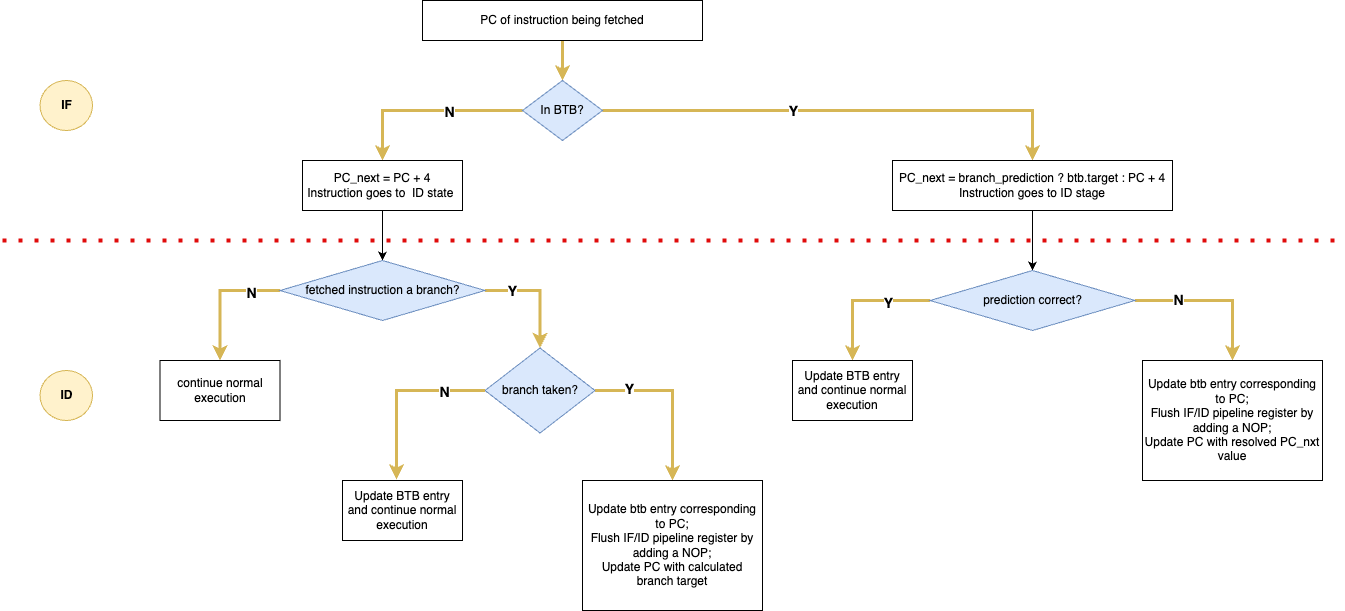
Before: btb_flow.png, a diagram exported from draw.io (vb-2002/RISC-V-Pipeline-Processor). Source tidied: cells renumbered, new cells last; positions are measured from the earlier drawing's top-left corner, leaving out a move shared by most shapes.
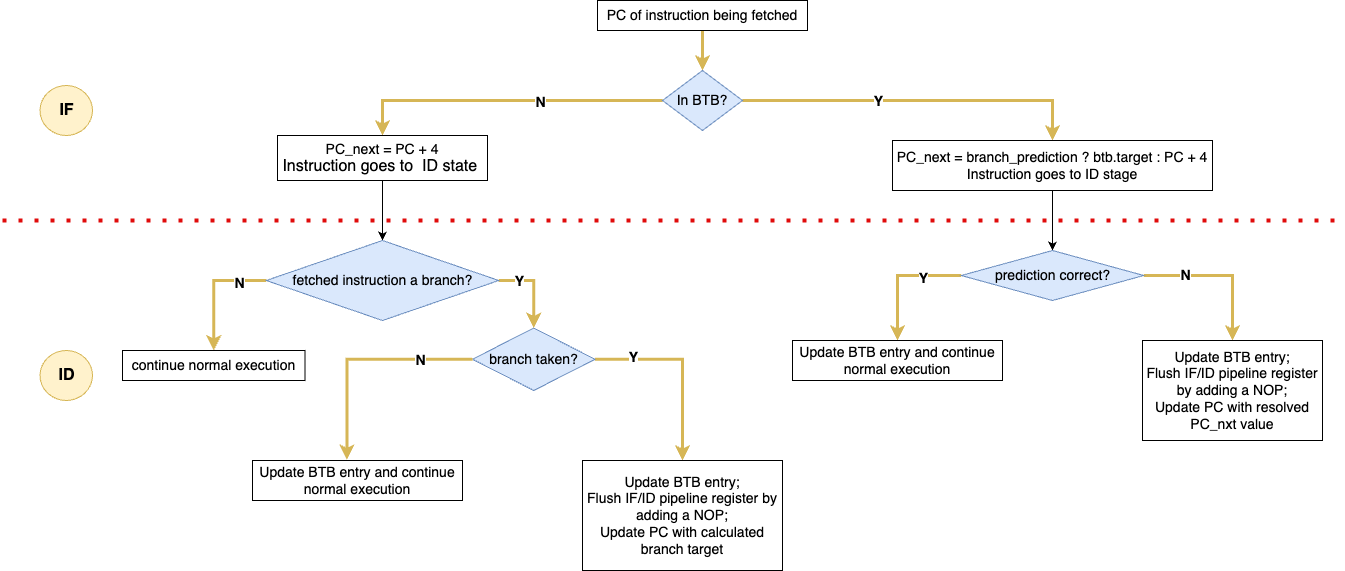
The same diagram one commit later.

Change to the diagram source:
```diff
@@ -5,8 +5,8 @@
     <mxCell id="2" style="edgeStyle=orthogonalEdgeStyle;rounded=0;jettySize=auto;html=1;entryX=0.5;entryY=0;entryDx=0;entryDy=0;fillColor=#fff2cc;strokeColor=#d6b656;strokeWidth=3;" parent="1" edge="1" source="3" target="8">
       <mxGeometry relative="1" as="geometry" />
     </mxCell>
-    <mxCell id="3" value="PC of instruction being fetched" style="rounded=0;whiteSpace=wrap;html=1;" parent="1" vertex="1">
-      <mxGeometry x="420" width="280" height="40" as="geometry" />
+    <mxCell id="3" value="&lt;font style=&quot;font-size: 14px;&quot;&gt;PC of instruction being fetched&lt;/font&gt;" style="rounded=0;whiteSpace=wrap;html=1;" parent="1" vertex="1">
+      <mxGeometry x="595" y="20" width="210" height="30" as="geometry" />
     </mxCell>
     <mxCell id="4" style="edgeStyle=orthogonalEdgeStyle;rounded=0;jettySize=auto;html=1;exitX=0;exitY=0.5;exitDx=0;exitDy=0;entryX=0.5;entryY=0;entryDx=0;entryDy=0;fillColor=#fff2cc;strokeColor=#d6b656;strokeWidth=3;" parent="1" edge="1" source="8" target="10">
       <mxGeometry relative="1" as="geometry" />
@@ -22,20 +22,20 @@
         <mxPoint x="-7" y="2" as="offset" />
       </mxGeometry>
     </mxCell>
-    <mxCell id="8" value="In BTB?" style="rhombus;whiteSpace=wrap;html=1;fillColor=#dae8fc;strokeColor=#6c8ebf;" parent="1" vertex="1">
-      <mxGeometry x="520" y="80" width="80" height="60" as="geometry" />
+    <mxCell id="8" value="&lt;font style=&quot;font-size: 14px;&quot;&gt;In BTB?&lt;/font&gt;" style="rhombus;whiteSpace=wrap;html=1;fillColor=#dae8fc;strokeColor=#6c8ebf;" parent="1" vertex="1">
+      <mxGeometry x="660" y="90" width="80" height="60" as="geometry" />
     </mxCell>
     <mxCell id="9" style="edgeStyle=orthogonalEdgeStyle;rounded=0;jettySize=auto;html=1;" parent="1" edge="1" source="10" target="17">
       <mxGeometry relative="1" as="geometry" />
     </mxCell>
-    <mxCell id="10" value="PC_next = PC + 4&lt;div&gt;Instruction goes to&amp;nbsp; ID state&amp;nbsp;&lt;/div&gt;" style="rounded=0;whiteSpace=wrap;html=1;" parent="1" vertex="1">
-      <mxGeometry x="300" y="160" width="160" height="50" as="geometry" />
+    <mxCell id="10" value="&lt;font style=&quot;font-size: 14px;&quot;&gt;PC_next = PC + 4&lt;/font&gt;&lt;div&gt;&lt;font size=&quot;3&quot;&gt;Instruction goes to&amp;nbsp; ID state&amp;nbsp;&lt;/font&gt;&lt;/div&gt;" style="rounded=0;whiteSpace=wrap;html=1;" parent="1" vertex="1">
+      <mxGeometry x="275" y="155" width="210" height="45" as="geometry" />
     </mxCell>
     <mxCell id="11" style="edgeStyle=orthogonalEdgeStyle;rounded=0;jettySize=auto;html=1;" parent="1" edge="1" source="12" target="22">
       <mxGeometry relative="1" as="geometry" />
     </mxCell>
-    <mxCell id="12" value="PC_next = branch_prediction ? btb.target : PC + 4&lt;div&gt;Instruction goes to ID stage&lt;/div&gt;" style="rounded=0;whiteSpace=wrap;html=1;" parent="1" vertex="1">
-      <mxGeometry x="890" y="160" width="280" height="50" as="geometry" />
+    <mxCell id="12" value="&lt;font style=&quot;font-size: 14px;&quot;&gt;PC_next = branch_prediction ? btb.target : PC + 4&lt;/font&gt;&lt;div&gt;&lt;font style=&quot;font-size: 14px;&quot;&gt;Instruction goes to ID stage&lt;/font&gt;&lt;/div&gt;" style="rounded=0;whiteSpace=wrap;html=1;" parent="1" vertex="1">
+      <mxGeometry x="890" y="160" width="320" height="50" as="geometry" />
     </mxCell>
     <mxCell id="13" style="edgeStyle=orthogonalEdgeStyle;rounded=0;jettySize=auto;html=1;exitX=1;exitY=0.5;exitDx=0;exitDy=0;entryX=0.5;entryY=0;entryDx=0;entryDy=0;fillColor=#fff2cc;strokeColor=#d6b656;strokeWidth=3;" parent="1" edge="1" source="17" target="26">
       <mxGeometry relative="1" as="geometry" />
@@ -51,8 +51,8 @@
         <mxPoint x="1" as="offset" />
       </mxGeometry>
     </mxCell>
-    <mxCell id="17" value="fetched instruction a branch?" style="rhombus;whiteSpace=wrap;html=1;fillColor=#dae8fc;strokeColor=#6c8ebf;" parent="1" vertex="1">
-      <mxGeometry x="277.5" y="260" width="205" height="60" as="geometry" />
+    <mxCell id="17" value="&lt;font style=&quot;font-size: 14px;&quot;&gt;fetched instruction a branch?&lt;/font&gt;" style="rhombus;whiteSpace=wrap;html=1;fillColor=#dae8fc;strokeColor=#6c8ebf;" parent="1" vertex="1">
+      <mxGeometry x="263.8" y="260" width="232.5" height="80" as="geometry" />
     </mxCell>
     <mxCell id="18" style="edgeStyle=orthogonalEdgeStyle;rounded=0;jettySize=auto;html=1;exitX=0;exitY=0.5;exitDx=0;exitDy=0;entryX=0.5;entryY=0;entryDx=0;entryDy=0;strokeWidth=3;fillColor=#fff2cc;strokeColor=#d6b656;" parent="1" edge="1" source="22" target="31">
       <mxGeometry relative="1" as="geometry" />
@@ -66,11 +66,11 @@
     <mxCell id="21" value="&lt;font style=&quot;font-size: 14px;&quot;&gt;&lt;b&gt;N&lt;/b&gt;&lt;/font&gt;" style="edgeLabel;html=1;align=center;verticalAlign=middle;" parent="20" vertex="1">
       <mxGeometry x="-0.45" y="1" relative="1" as="geometry" />
     </mxCell>
-    <mxCell id="22" value="prediction correct?" style="rhombus;whiteSpace=wrap;html=1;fillColor=#dae8fc;strokeColor=#6c8ebf;" parent="1" vertex="1">
-      <mxGeometry x="927.5" y="270" width="205" height="60" as="geometry" />
+    <mxCell id="22" value="&lt;font style=&quot;font-size: 14px;&quot;&gt;prediction correct?&lt;/font&gt;" style="rhombus;whiteSpace=wrap;html=1;fillColor=#dae8fc;strokeColor=#6c8ebf;" parent="1" vertex="1">
+      <mxGeometry x="958.8" y="270" width="182.5" height="50" as="geometry" />
     </mxCell>
-    <mxCell id="23" value="continue normal execution" style="rounded=0;whiteSpace=wrap;html=1;" parent="1" vertex="1">
-      <mxGeometry x="157.5" y="360" width="120" height="60" as="geometry" />
+    <mxCell id="23" value="&lt;font style=&quot;font-size: 14px;&quot;&gt;continue normal execution&lt;/font&gt;" style="rounded=0;whiteSpace=wrap;html=1;" parent="1" vertex="1">
+      <mxGeometry x="120" y="370" width="182.5" height="30" as="geometry" />
     </mxCell>
     <mxCell id="24" style="edgeStyle=orthogonalEdgeStyle;rounded=0;jettySize=auto;html=1;exitX=1;exitY=0.5;exitDx=0;exitDy=0;entryX=0.5;entryY=0;entryDx=0;entryDy=0;fillColor=#fff2cc;strokeColor=#d6b656;strokeWidth=3;" parent="1" edge="1" source="26" target="28">
       <mxGeometry relative="1" as="geometry" />
@@ -78,14 +78,14 @@
     <mxCell id="25" value="&lt;b&gt;&lt;font style=&quot;font-size: 14px;&quot;&gt;Y&lt;/font&gt;&lt;/b&gt;" style="edgeLabel;html=1;align=center;verticalAlign=middle;" parent="24" vertex="1">
       <mxGeometry x="-0.6" y="2" relative="1" as="geometry" />
     </mxCell>
-    <mxCell id="26" value="branch taken?" style="rhombus;whiteSpace=wrap;html=1;fillColor=#dae8fc;strokeColor=#6c8ebf;" parent="1" vertex="1">
-      <mxGeometry x="482.5" y="347.5" width="110" height="85" as="geometry" />
+    <mxCell id="26" value="&lt;font style=&quot;font-size: 14px;&quot;&gt;branch taken?&lt;/font&gt;" style="rhombus;whiteSpace=wrap;html=1;fillColor=#dae8fc;strokeColor=#6c8ebf;" parent="1" vertex="1">
+      <mxGeometry x="470" y="347.5" width="122.5" height="62.5" as="geometry" />
     </mxCell>
-    <mxCell id="27" value="&lt;div&gt;Update BTB entry and&amp;nbsp;&lt;span style=&quot;background-color: transparent; color: light-dark(rgb(0, 0, 0), rgb(255, 255, 255));&quot;&gt;continue normal execution&lt;/span&gt;&lt;/div&gt;" style="rounded=0;whiteSpace=wrap;html=1;" parent="1" vertex="1">
-      <mxGeometry x="340" y="480" width="120" height="60" as="geometry" />
+    <mxCell id="27" value="&lt;div&gt;&lt;font style=&quot;font-size: 14px;&quot;&gt;Update BTB entry and&amp;nbsp;&lt;span style=&quot;background-color: transparent; color: light-dark(rgb(0, 0, 0), rgb(255, 255, 255));&quot;&gt;continue normal execution&lt;/span&gt;&lt;/font&gt;&lt;/div&gt;" style="rounded=0;whiteSpace=wrap;html=1;" parent="1" vertex="1">
+      <mxGeometry x="250" y="480" width="210" height="40" as="geometry" />
     </mxCell>
-    <mxCell id="28" value="&lt;div&gt;Update btb entry corresponding to PC;&lt;/div&gt;&lt;div&gt;Flush IF/ID pipeline register by adding a NOP;&lt;/div&gt;&lt;div&gt;Update PC with calculated branch target&lt;/div&gt;" style="rounded=0;whiteSpace=wrap;html=1;" parent="1" vertex="1">
-      <mxGeometry x="580" y="480" width="180" height="130" as="geometry" />
+    <mxCell id="28" value="&lt;div&gt;&lt;font style=&quot;font-size: 14px;&quot;&gt;Update BTB entry;&lt;/font&gt;&lt;/div&gt;&lt;div&gt;&lt;font style=&quot;font-size: 14px;&quot;&gt;Flush IF/ID pipeline register by adding a NOP;&lt;/font&gt;&lt;/div&gt;&lt;div&gt;&lt;font style=&quot;font-size: 14px;&quot;&gt;Update PC with calculated branch target&lt;/font&gt;&lt;/div&gt;" style="rounded=0;whiteSpace=wrap;html=1;" parent="1" vertex="1">
+      <mxGeometry x="580" y="480" width="200" height="110" as="geometry" />
     </mxCell>
     <mxCell id="29" style="edgeStyle=orthogonalEdgeStyle;rounded=0;jettySize=auto;html=1;exitX=0;exitY=0.5;exitDx=0;exitDy=0;entryX=0.45;entryY=-0.017;entryDx=0;entryDy=0;entryPerimeter=0;fillColor=#fff2cc;strokeColor=#d6b656;strokeWidth=3;" parent="1" edge="1" source="26" target="27">
       <mxGeometry relative="1" as="geometry" />
@@ -95,8 +95,8 @@
         <mxPoint x="1" as="offset" />
       </mxGeometry>
     </mxCell>
-    <mxCell id="31" value="Update BTB entry and&amp;nbsp;&lt;span style=&quot;color: light-dark(rgb(0, 0, 0), rgb(255, 255, 255)); background-color: transparent;&quot;&gt;continue normal execution&lt;/span&gt;" style="rounded=0;whiteSpace=wrap;html=1;" parent="1" vertex="1">
-      <mxGeometry x="790" y="360" width="120" height="60" as="geometry" />
+    <mxCell id="31" value="&lt;font style=&quot;font-size: 14px;&quot;&gt;Update BTB entry and&amp;nbsp;&lt;span style=&quot;color: light-dark(rgb(0, 0, 0), rgb(255, 255, 255)); background-color: transparent;&quot;&gt;continue normal execution&lt;/span&gt;&lt;/font&gt;" style="rounded=0;whiteSpace=wrap;html=1;" parent="1" vertex="1">
+      <mxGeometry x="790" y="360" width="210" height="40" as="geometry" />
     </mxCell>
     <mxCell id="32" style="endArrow=none;dashed=1;html=1;dashPattern=1 3;strokeWidth=4;rounded=0;strokeColor=light-dark(#e00b0b, #ededed);" parent="1" edge="1">
       <mxGeometry relative="1" as="geometry">
@@ -104,14 +104,14 @@
         <mxPoint x="1340" y="240" as="targetPoint" />
       </mxGeometry>
     </mxCell>
-    <mxCell id="33" value="&lt;b&gt;IF&lt;/b&gt;" style="ellipse;whiteSpace=wrap;html=1;fillColor=#fff2cc;strokeColor=#d6b656;" parent="1" vertex="1">
-      <mxGeometry x="37.5" y="80" width="52.5" height="50" as="geometry" />
+    <mxCell id="33" value="&lt;b&gt;&lt;font style=&quot;font-size: 16px;&quot;&gt;IF&lt;/font&gt;&lt;/b&gt;" style="ellipse;whiteSpace=wrap;html=1;fillColor=#fff2cc;strokeColor=#d6b656;" parent="1" vertex="1">
+      <mxGeometry x="37.5" y="105" width="52.5" height="50" as="geometry" />
     </mxCell>
-    <mxCell id="34" value="&lt;b&gt;ID&lt;/b&gt;" style="ellipse;whiteSpace=wrap;html=1;fillColor=#fff2cc;strokeColor=#d6b656;" parent="1" vertex="1">
+    <mxCell id="34" value="&lt;b&gt;&lt;font style=&quot;font-size: 16px;&quot;&gt;ID&lt;/font&gt;&lt;/b&gt;" style="ellipse;whiteSpace=wrap;html=1;fillColor=#fff2cc;strokeColor=#d6b656;" parent="1" vertex="1">
       <mxGeometry x="37.5" y="370" width="52.5" height="50" as="geometry" />
     </mxCell>
-    <mxCell id="35" value="&lt;div&gt;Update btb entry corresponding to PC;&lt;/div&gt;&lt;div&gt;Flush IF/ID pipeline register by adding a NOP;&lt;/div&gt;&lt;div&gt;Update PC&amp;nbsp;&lt;span style=&quot;background-color: transparent; color: light-dark(rgb(0, 0, 0), rgb(255, 255, 255));&quot;&gt;with resolved PC_nxt value&lt;/span&gt;&lt;/div&gt;" style="rounded=0;whiteSpace=wrap;html=1;" parent="1" vertex="1">
-      <mxGeometry x="1140" y="360" width="180" height="120" as="geometry" />
+    <mxCell id="35" value="&lt;div&gt;&lt;font style=&quot;font-size: 14px;&quot;&gt;Update BTB entry;&lt;/font&gt;&lt;/div&gt;&lt;div&gt;&lt;font style=&quot;font-size: 14px;&quot;&gt;Flush IF/ID pipeline register by adding a NOP;&lt;/font&gt;&lt;/div&gt;&lt;div&gt;&lt;font style=&quot;font-size: 14px;&quot;&gt;Update PC&amp;nbsp;&lt;span style=&quot;background-color: transparent; color: light-dark(rgb(0, 0, 0), rgb(255, 255, 255));&quot;&gt;with resolved PC_nxt value&lt;/span&gt;&lt;/font&gt;&lt;/div&gt;" style="rounded=0;whiteSpace=wrap;html=1;" parent="1" vertex="1">
+      <mxGeometry x="1140" y="360" width="180" height="100" as="geometry" />
     </mxCell>
   </root>
 </mxGraphModel>
```
